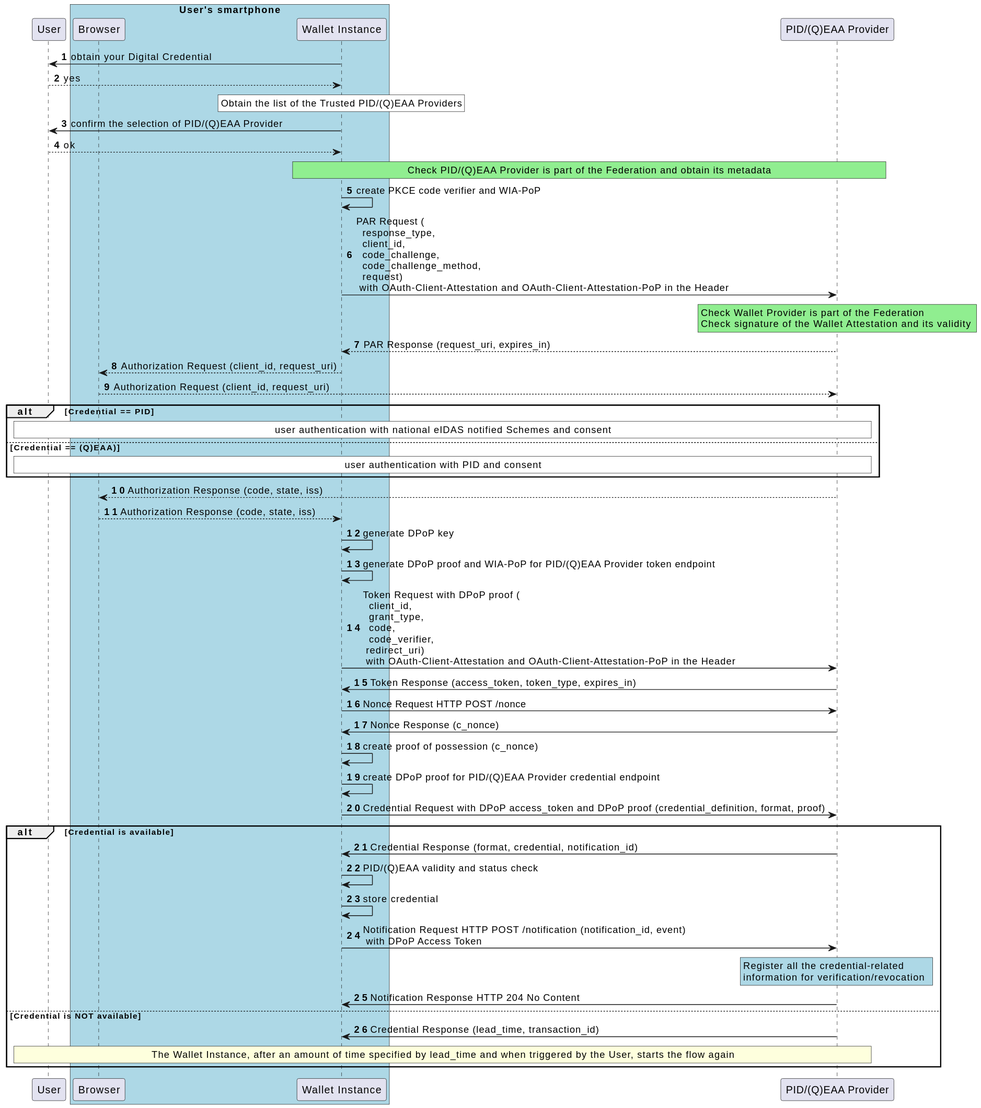
Earlier version of the PlantUML export images/Low-Level-Flow-ITWallet-PID-QEAA-Issuance.svg (italia/eid-wallet-it-docs).
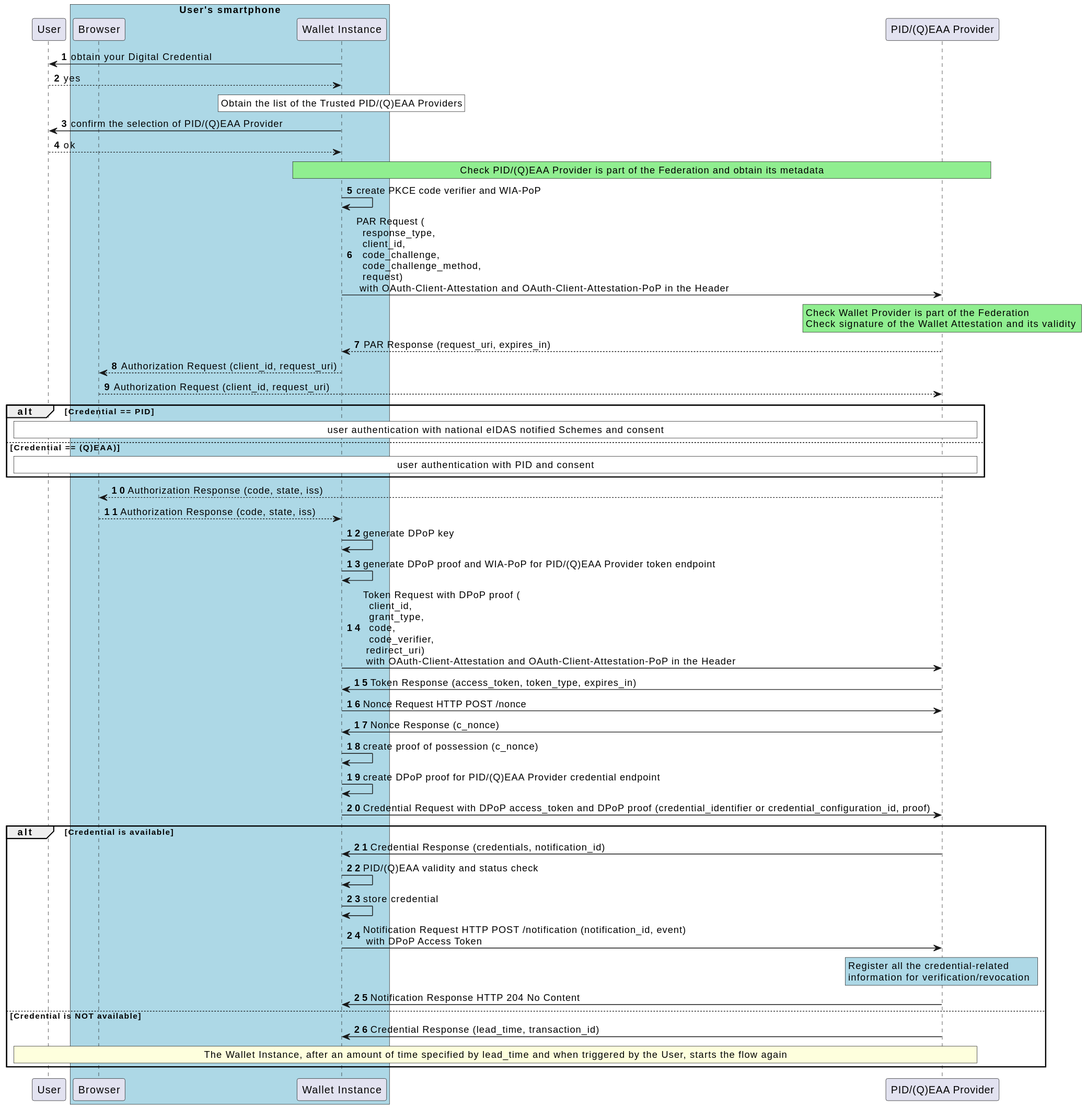
After the change.

The edit, as a diff of the source:
```diff
@@ -72,12 +72,12 @@
 
 w  -> w : create DPoP proof for PID/(Q)EAA Provider credential endpoint
 
-w -> i : Credential Request with DPoP access_token and DPoP proof (credential_definition, format, proof)
+w -> i : Credential Request with DPoP access_token and DPoP proof (credential_identifier or credential_configuration_id, proof)
 
 alt Credential is available
 
 
-i -> w : Credential Response (format, credential, notification_id)
+i -> w : Credential Response (credentials, notification_id)
 
 w -> w : PID/(Q)EAA validity and status check
 
```
